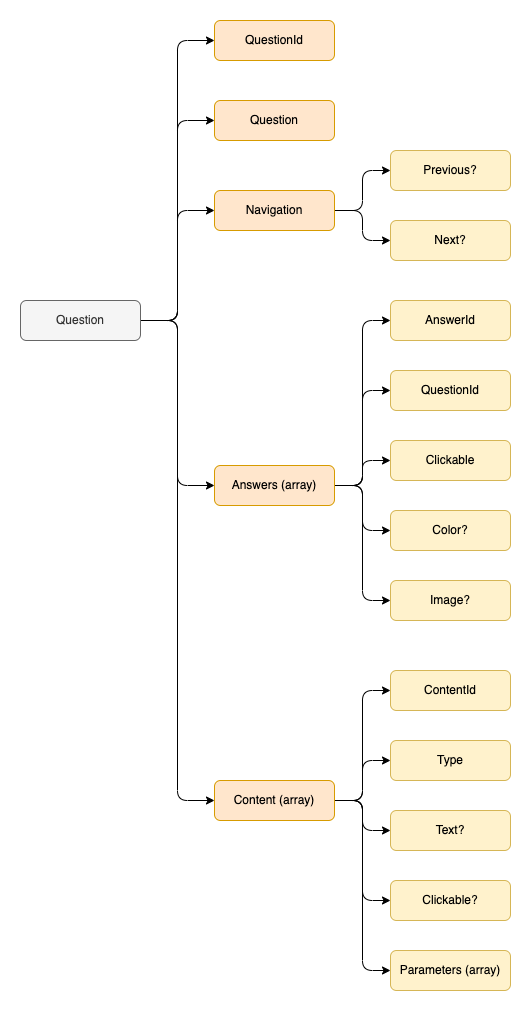
This is docs/assets/schema.png from melody5660/vedlys, a draw.io export, as it was before one commit. Source tidied: cells renumbered, new cells last; positions are measured from the earlier drawing's top-left corner, leaving out a move shared by most shapes.
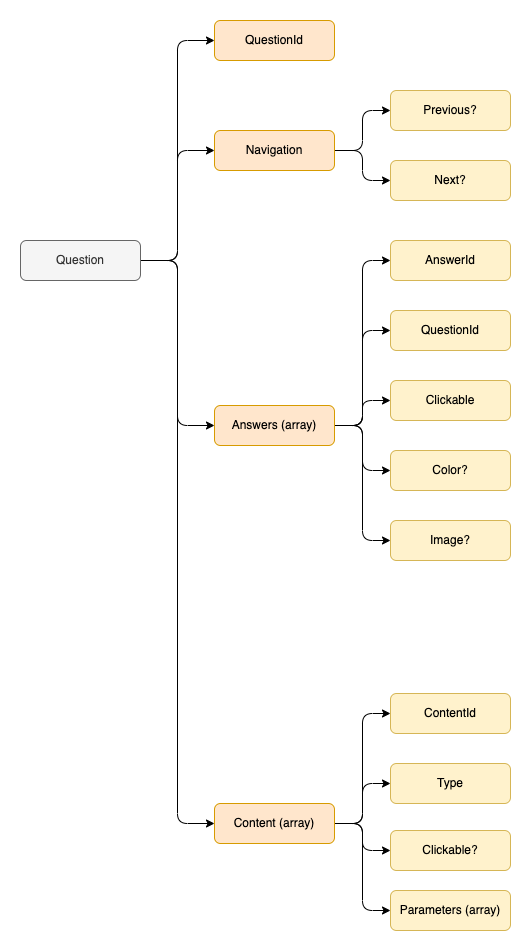
After the change.

What changed in the source:
```diff
@@ -5,9 +5,6 @@
     <mxCell id="2" style="edgeStyle=orthogonalEdgeStyle;rounded=1;jettySize=auto;html=1;entryX=0;entryY=0.5;entryDx=0;entryDy=0;" parent="1" edge="1" source="7" target="8">
       <mxGeometry relative="1" as="geometry" />
     </mxCell>
-    <mxCell id="3" style="edgeStyle=orthogonalEdgeStyle;rounded=1;jettySize=auto;html=1;entryX=0;entryY=0.5;entryDx=0;entryDy=0;" parent="1" edge="1" source="7" target="9">
-      <mxGeometry relative="1" as="geometry" />
-    </mxCell>
     <mxCell id="4" style="edgeStyle=orthogonalEdgeStyle;rounded=1;jettySize=auto;html=1;entryX=0;entryY=0.5;entryDx=0;entryDy=0;" parent="1" edge="1" source="7" target="12">
       <mxGeometry relative="1" as="geometry" />
     </mxCell>
@@ -21,11 +18,8 @@
       <mxGeometry y="280" width="120" height="40" as="geometry" />
     </mxCell>
     <mxCell id="8" value="QuestionId" style="rounded=1;whiteSpace=wrap;html=1;fillColor=#ffe6cc;strokeColor=#d79b00;" parent="1" vertex="1">
-      <mxGeometry x="194" width="120" height="40" as="geometry" />
+      <mxGeometry x="194" y="60" width="120" height="40" as="geometry" />
     </mxCell>
-    <mxCell id="9" value="Question" style="rounded=1;whiteSpace=wrap;html=1;fillColor=#ffe6cc;strokeColor=#d79b00;" parent="1" vertex="1">
-      <mxGeometry x="194" y="80" width="120" height="40" as="geometry" />
-    </mxCell>
     <mxCell id="10" style="edgeStyle=orthogonalEdgeStyle;rounded=1;jettySize=auto;html=1;entryX=0;entryY=0.5;entryDx=0;entryDy=0;" parent="1" edge="1" source="12" target="13">
       <mxGeometry relative="1" as="geometry" />
     </mxCell>
@@ -80,9 +74,6 @@
     <mxCell id="27" style="edgeStyle=orthogonalEdgeStyle;rounded=1;jettySize=auto;html=1;entryX=0;entryY=0.5;entryDx=0;entryDy=0;" parent="1" edge="1" source="31" target="33">
       <mxGeometry relative="1" as="geometry" />
     </mxCell>
-    <mxCell id="28" style="edgeStyle=orthogonalEdgeStyle;rounded=1;jettySize=auto;html=1;entryX=0;entryY=0.5;entryDx=0;entryDy=0;" parent="1" edge="1" source="31" target="34">
-      <mxGeometry relative="1" as="geometry" />
-    </mxCell>
     <mxCell id="29" style="edgeStyle=orthogonalEdgeStyle;rounded=1;jettySize=auto;html=1;entryX=0;entryY=0.5;entryDx=0;entryDy=0;" parent="1" edge="1" source="31" target="35">
       <mxGeometry relative="1" as="geometry" />
     </mxCell>
@@ -90,19 +81,16 @@
       <mxGeometry relative="1" as="geometry" />
     </mxCell>
     <mxCell id="31" value="Content (array)" style="rounded=1;whiteSpace=wrap;html=1;fillColor=#ffe6cc;strokeColor=#d79b00;" parent="1" vertex="1">
-      <mxGeometry x="194" y="760" width="120" height="40" as="geometry" />
+      <mxGeometry x="194" y="843" width="120" height="40" as="geometry" />
     </mxCell>
     <mxCell id="32" value="ContentId" style="rounded=1;whiteSpace=wrap;html=1;fillColor=#fff2cc;strokeColor=#d6b656;" parent="1" vertex="1">
-      <mxGeometry x="370" y="650" width="120" height="40" as="geometry" />
+      <mxGeometry x="370" y="733" width="120" height="40" as="geometry" />
     </mxCell>
     <mxCell id="33" value="Type" style="rounded=1;whiteSpace=wrap;html=1;fillColor=#fff2cc;strokeColor=#d6b656;" parent="1" vertex="1">
-      <mxGeometry x="370" y="720" width="120" height="40" as="geometry" />
+      <mxGeometry x="370" y="803" width="120" height="40" as="geometry" />
     </mxCell>
-    <mxCell id="34" value="Text?" style="rounded=1;whiteSpace=wrap;html=1;fillColor=#fff2cc;strokeColor=#d6b656;" parent="1" vertex="1">
-      <mxGeometry x="370" y="790" width="120" height="40" as="geometry" />
-    </mxCell>
     <mxCell id="35" value="Clickable?" style="rounded=1;whiteSpace=wrap;html=1;fillColor=#fff2cc;strokeColor=#d6b656;" parent="1" vertex="1">
-      <mxGeometry x="370" y="860" width="120" height="40" as="geometry" />
+      <mxGeometry x="370" y="870" width="120" height="40" as="geometry" />
     </mxCell>
     <mxCell id="36" value="Parameters (array)" style="rounded=1;whiteSpace=wrap;html=1;fillColor=#fff2cc;strokeColor=#d6b656;" parent="1" vertex="1">
       <mxGeometry x="370" y="930" width="120" height="40" as="geometry" />
```
